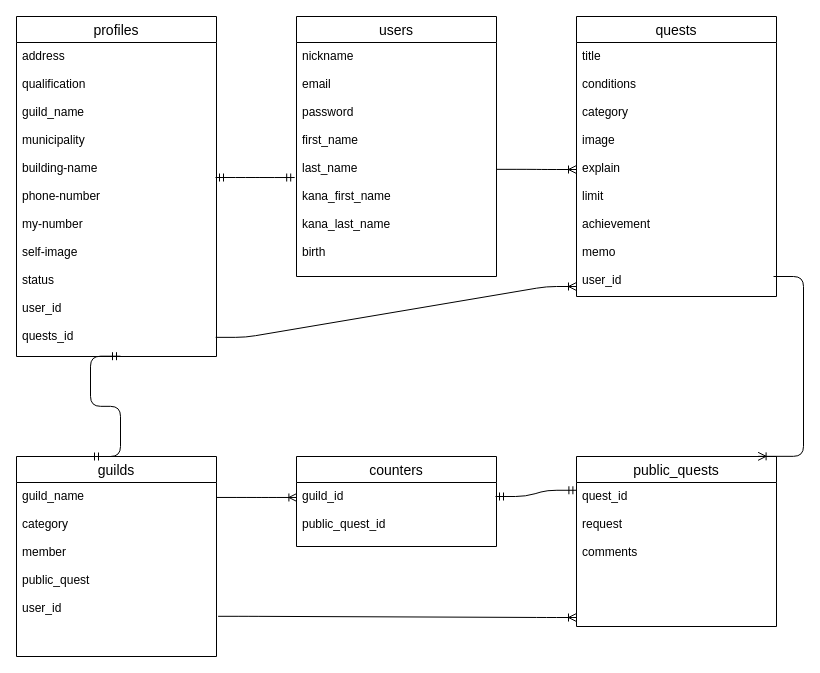
Before: ER.dio in Satota2048/quest_app, a draw.io diagram. Source tidied: cells renumbered, new cells numbered last; positions are measured from the earlier drawing's top-left corner, leaving out a move shared by most shapes. Both pictures are drawn from the tidied source at 100%, with x=0, y=0 at pixel (16, 16).
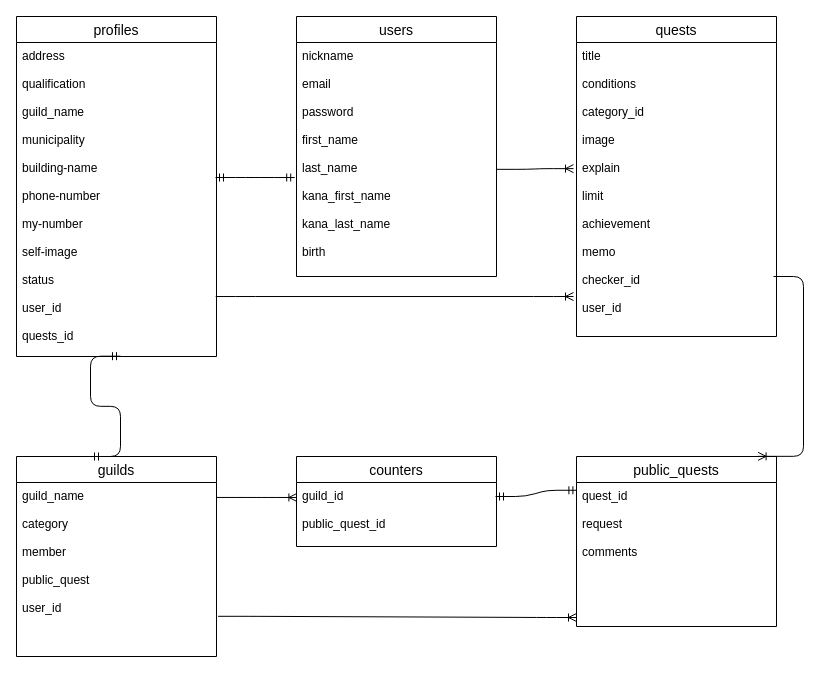
After the change.

Unchanged cells that the change refers to:
```xml
<mxCell id="3" value="nickname&#10;&#10;email&#10;&#10;password&#10;&#10;first_name&#10;&#10;last_name&#10;&#10;kana_first_name&#10;&#10;kana_last_name&#10;&#10;birth&#10;&#10;" style="text;strokeColor=none;fillColor=none;spacingLeft=4;spacingRight=4;overflow=hidden;points=[[0,0.5],[1,0.5]];portConstraint=eastwest;fontSize=12;" parent="2" vertex="1">
  <mxGeometry y="26" width="200" height="234" as="geometry" />
</mxCell>
<mxCell id="9" value="address&#10;&#10;qualification&#10;&#10;guild_name&#10;&#10;municipality&#10;&#10;building-name&#10;&#10;phone-number&#10;&#10;my-number&#10;&#10;self-image&#10;&#10;status&#10;&#10;user_id&#10;&#10;quests_id" style="text;strokeColor=none;fillColor=none;spacingLeft=4;spacingRight=4;overflow=hidden;points=[[0,0.5],[1,0.5]];portConstraint=eastwest;fontSize=12;" parent="8" vertex="1">
  <mxGeometry y="26" width="200" height="314" as="geometry" />
</mxCell>
```

Change to the diagram source:
```diff
@@
     <mxCell id="4" value="quests" style="swimlane;fontStyle=0;horizontal=1;startSize=26;align=center;fontSize=14;" parent="1" vertex="1">
-      <mxGeometry x="560" width="200" height="280" as="geometry" />
+      <mxGeometry x="560" width="200" height="320" as="geometry" />
     </mxCell>
-    <mxCell id="5" value="title&#10;&#10;conditions&#10;&#10;category&#10;&#10;image&#10;&#10;explain&#10;&#10;limit&#10;&#10;achievement&#10;&#10;memo&#10;&#10;user_id" style="text;strokeColor=none;fillColor=none;spacingLeft=4;spacingRight=4;overflow=hidden;points=[[0,0.5],[1,0.5]];portConstraint=eastwest;fontSize=12;" parent="4" vertex="1">
-      <mxGeometry y="26" width="200" height="254" as="geometry" />
+    <mxCell id="5" value="title&#10;&#10;conditions&#10;&#10;category_id&#10;&#10;image&#10;&#10;explain&#10;&#10;limit&#10;&#10;achievement&#10;&#10;memo&#10;&#10;checker_id&#10;&#10;user_id" style="text;strokeColor=none;fillColor=none;spacingLeft=4;spacingRight=4;overflow=hidden;points=[[0,0.5],[1,0.5]];portConstraint=eastwest;fontSize=12;" parent="4" vertex="1">
+      <mxGeometry y="26" width="200" height="294" as="geometry" />
     </mxCell>
@@
-    <mxCell id="12" style="edgeStyle=entityRelationEdgeStyle;fontSize=12;html=1;endArrow=ERoneToMany;exitX=1.002;exitY=0.542;exitDx=0;exitDy=0;entryX=0;entryY=0.5;entryDx=0;entryDy=0;exitPerimeter=0;" parent="1" edge="1" source="3" target="5">
+    <mxCell id="12" style="edgeStyle=entityRelationEdgeStyle;fontSize=12;html=1;endArrow=ERoneToMany;exitX=1.002;exitY=0.542;exitDx=0;exitDy=0;entryX=-0.015;entryY=0.429;entryDx=0;entryDy=0;exitPerimeter=0;entryPerimeter=0;" parent="1" edge="1" source="3" target="5">
       <mxGeometry relative="1" as="geometry" />
     </mxCell>
@@
-    <mxCell id="16" style="edgeStyle=entityRelationEdgeStyle;fontSize=12;html=1;endArrow=ERoneToMany;exitX=0.996;exitY=0.939;exitDx=0;exitDy=0;exitPerimeter=0;" parent="1" edge="1" source="9">
-      <mxGeometry relative="1" as="geometry">
-        <mxPoint x="560" y="270" as="targetPoint" />
-      </mxGeometry>
+    <mxCell id="16" style="edgeStyle=entityRelationEdgeStyle;fontSize=12;html=1;endArrow=ERoneToMany;exitX=0.996;exitY=0.809;exitDx=0;exitDy=0;exitPerimeter=0;entryX=-0.015;entryY=0.864;entryDx=0;entryDy=0;entryPerimeter=0;" parent="1" edge="1" source="9" target="5">
+      <mxGeometry relative="1" as="geometry" />
     </mxCell>
```
